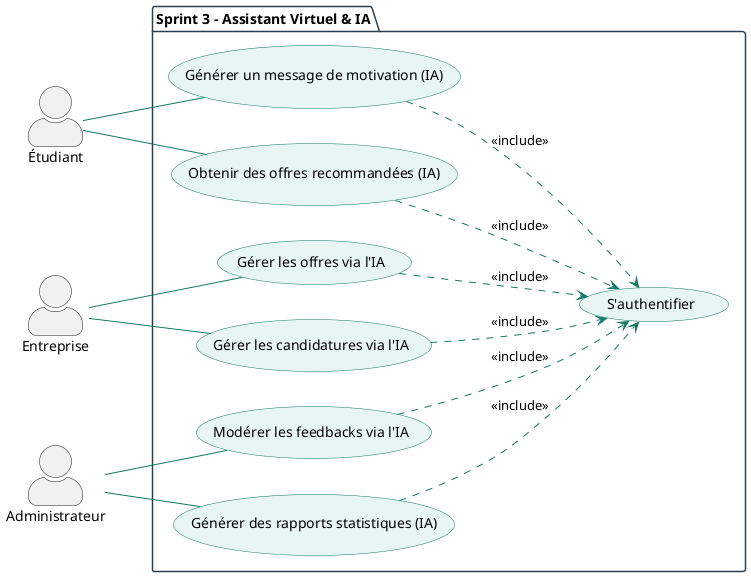
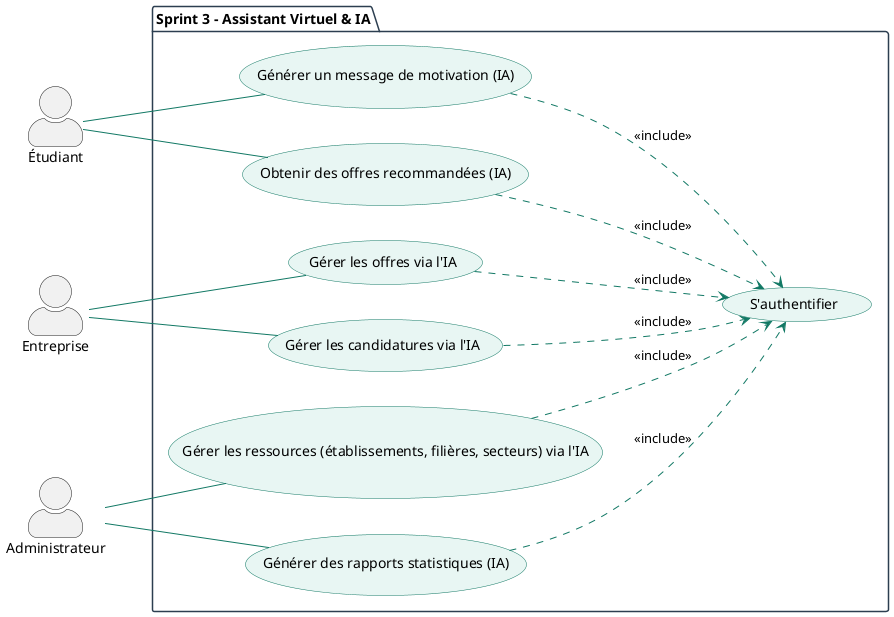
@startuml StageFlow_Sprint3
left to right direction
skinparam actorStyle awesome

skinparam package {
    BackgroundColor White
    BorderColor #2C3E50
}

skinparam usecase {
    BackgroundColor #E8F6F3
    BorderColor #117864
    ArrowColor #117864
}

actor "Étudiant" as E
actor "Entreprise" as Ent
actor "Administrateur" as Admin


package "Sprint 3 – Assistant Virtuel & IA" {

    usecase "Générer un message de motivation (IA)" as UC_Motiv
    usecase "Obtenir des offres recommandées (IA)" as UC_Recom

    usecase "Gérer les offres via l'IA" as UC_Offres
    usecase "Gérer les candidatures via l'IA" as UC_Cands

-     usecase "Modérer les feedbacks via l'IA" as UC_Mod
+     usecase "Gérer les ressources (établissements, filières, secteurs) via l'IA" as UC_Res
    usecase "Générer des rapports statistiques (IA)" as UC_Stats

    usecase "S'authentifier" as Auth

    E -- UC_Motiv
    E -- UC_Recom

    Ent -- UC_Offres
    Ent -- UC_Cands

-     Admin -- UC_Mod
+     Admin -- UC_Res
    Admin -- UC_Stats

    UC_Motiv ..> Auth : <<include>>
    UC_Recom ..> Auth : <<include>>
    UC_Offres ..> Auth : <<include>>
    UC_Cands ..> Auth : <<include>>
-     UC_Mod ..> Auth : <<include>>
+     UC_Res ..> Auth : <<include>>
    UC_Stats ..> Auth : <<include>>
}

@enduml